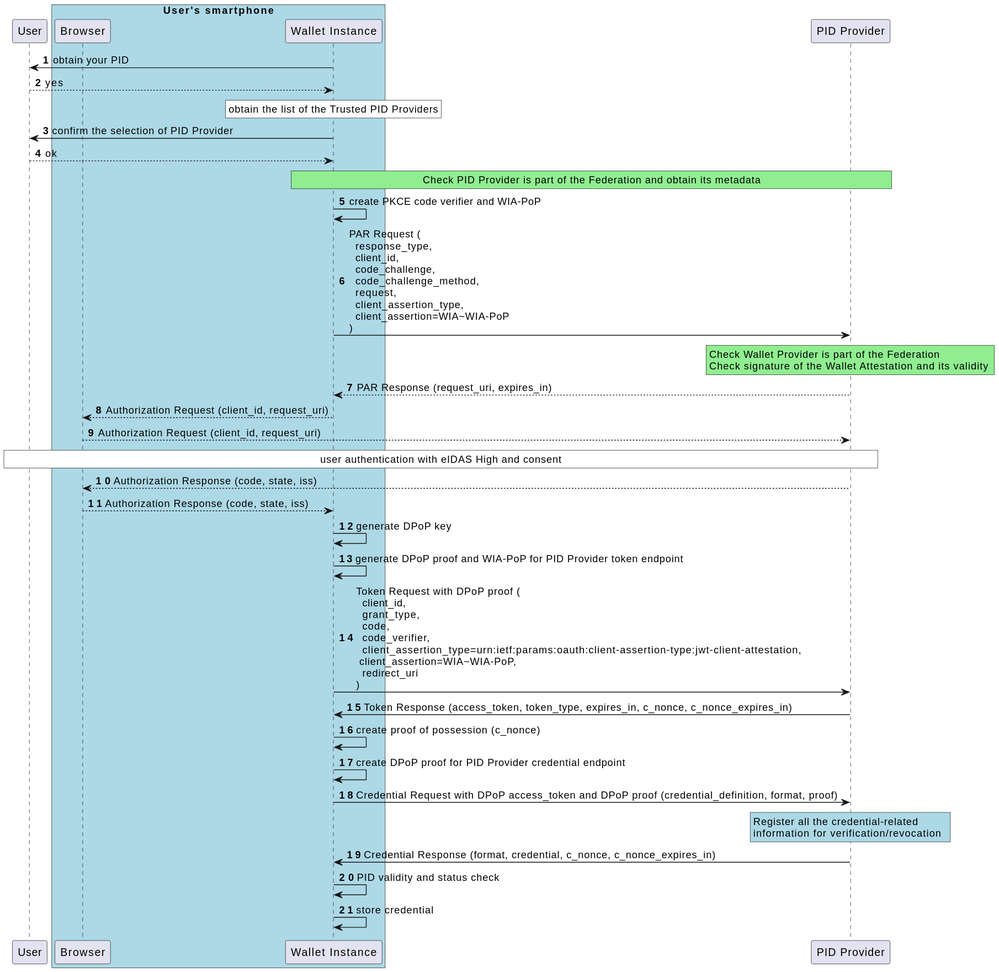
italia/eudi-wallet-it-docs keeps this PlantUML diagram as images/Low-Level-Flow-ITWallet-PID-QEAA-Issuance.svg. Above is the earlier version.
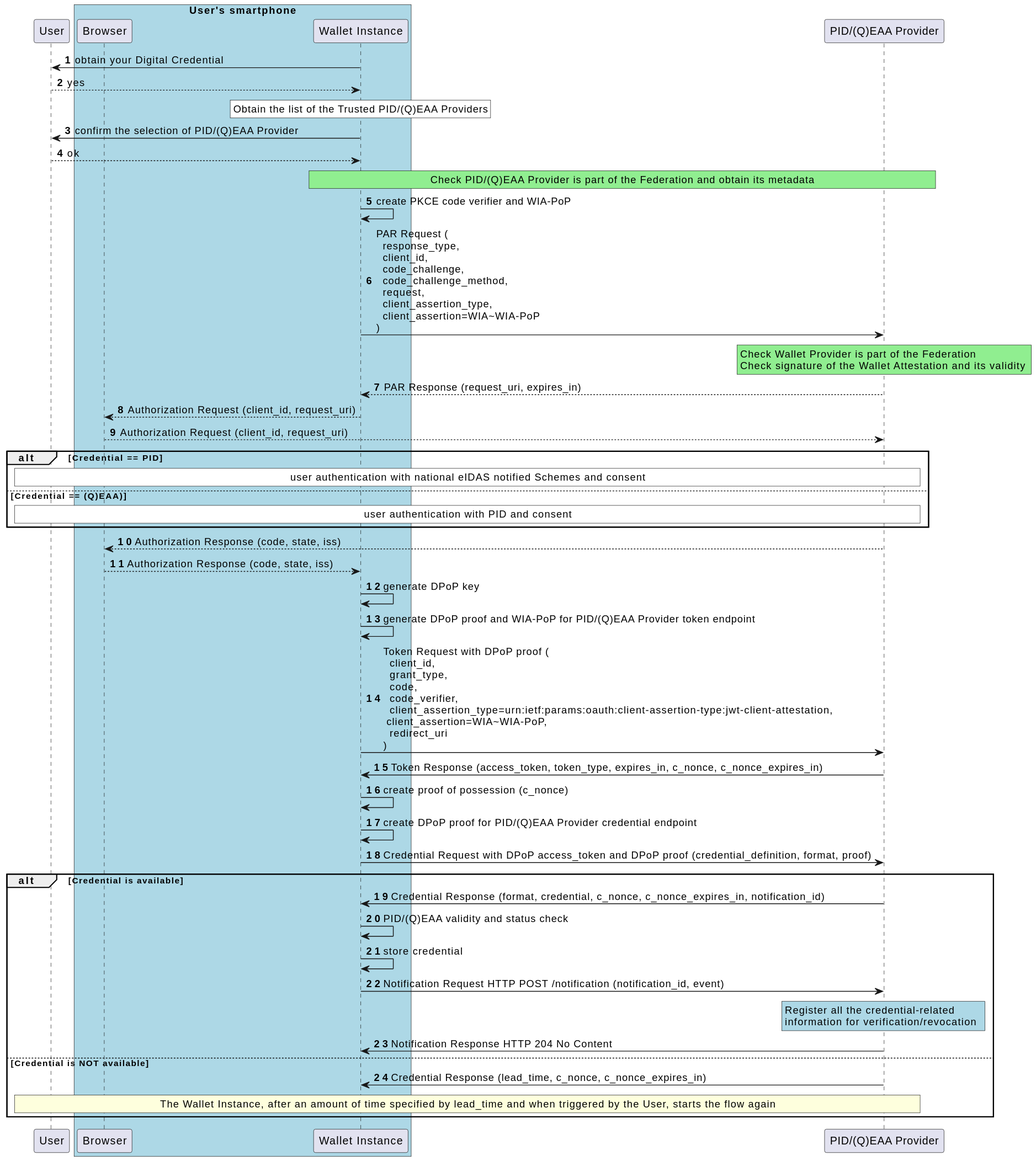
Above is the later version.

Commit message:
feat: added deferred and notification

The edit, as a diff of the source:
```diff
@@ -8,23 +8,23 @@
 participant "Wallet Instance" as w
 end box
 
-participant "PID Provider" as i
+participant "PID/(Q)EAA Provider" as i
 
 
 
-w -> u: obtain your PID
+w -> u: obtain your Digital Credential
 u --> w: yes
 
 rnote over w #WHITE
-obtain the list of the Trusted PID Providers
+Obtain the list of the Trusted PID/(Q)EAA Providers
 endrnote
 
-w->u: confirm the selection of PID Provider
+w->u: confirm the selection of PID/(Q)EAA Provider
 
 u-->w: ok
 
 rnote over w,i #LIGHTGREEN
-Check PID Provider is part of the Federation and obtain its metadata
+Check PID/(Q)EAA Provider is part of the Federation and obtain its metadata
 endrnote
 
 w -> w : create PKCE code verifier and WIA-PoP
@@ -42,18 +42,22 @@
 w --> ua: Authorization Request (client_id, request_uri)
 ua --> i: Authorization Request (client_id, request_uri)
 
-
+alt Credential == PID
 rnote over i,u #WHITE
-user authentication with eIDAS High and consent
+user authentication with national eIDAS notified Schemes and consent
 endrnote
-
+else Credential == (Q)EAA)
+rnote over i,u #WHITE
+user authentication with PID and consent
+endrnote
+end
 
 i --> ua : Authorization Response (code, state, iss)
 ua --> w : Authorization Response (code, state, iss)
 
 w -> w : generate DPoP key
 
-w -> w : generate DPoP proof and WIA-PoP for PID Provider token endpoint
+w -> w : generate DPoP proof and WIA-PoP for PID/(Q)EAA Provider token endpoint
 
 
 w -> i : Token Request with DPoP proof (\n  client_id,\n  grant_type,\n  code,\n  code_verifier,\n  client_assertion_type=urn:ietf:params:oauth:client-assertion-type:jwt-client-attestation,\n client_assertion=WIA~WIA-PoP,\n  redirect_uri\n)
@@ -62,17 +66,32 @@
 
 w -> w : create proof of possession (c_nonce)
 
-w  -> w : create DPoP proof for PID Provider credential endpoint
+w  -> w : create DPoP proof for PID/(Q)EAA Provider credential endpoint
 
 w -> i : Credential Request with DPoP access_token and DPoP proof (credential_definition, format, proof)
+
+alt Credential is available
+
+
+i -> w : Credential Response (format, credential, c_nonce, c_nonce_expires_in, notification_id)
+
+w -> w : PID/(Q)EAA validity and status check
+
+w -> w : store credential
+
+w -> i : Notification Request HTTP POST /notification (notification_id, event)
+
 rnote over i #LIGHTBLUE
 Register all the credential-related
 information for verification/revocation
 endrnote
 
-i -> w : Credential Response (format, credential, c_nonce, c_nonce_expires_in)
+i -> w : Notification Response HTTP 204 No Content
 
-w -> w : PID validity and status check
-
-w -> w : store credential
+else Credential is NOT available
+i -> w : Credential Response (lead_time, c_nonce, c_nonce_expires_in)
+rnote over u,i
+The Wallet Instance, after an amount of time specified by lead_time and when triggered by the User, starts the flow again
+endrnote
+end
 @enduml
```
